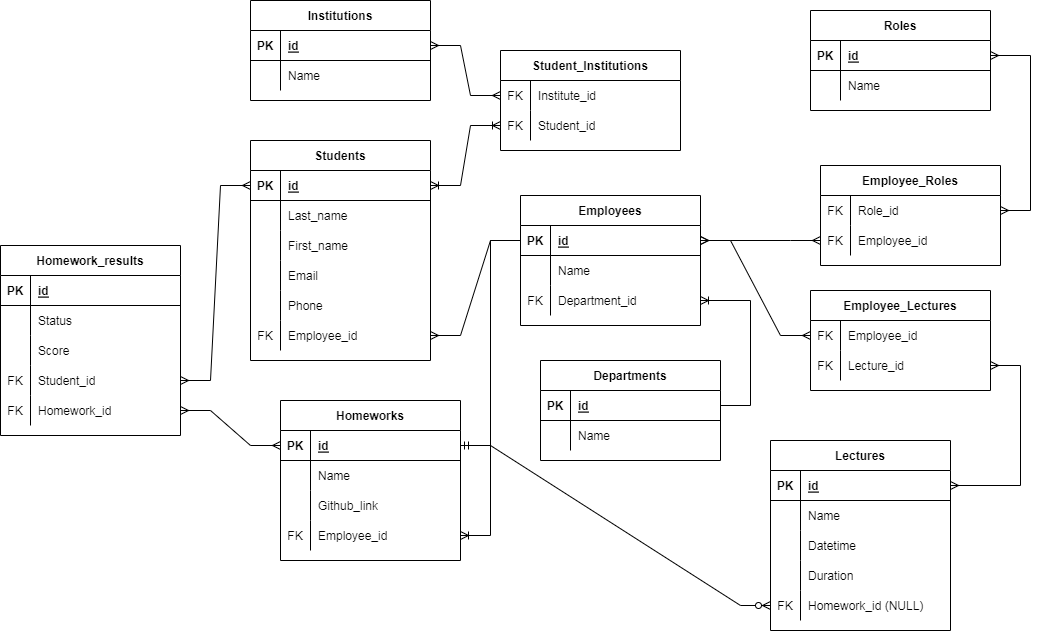
The draw.io diagram part2/kolesa_education_dbdesign.drawio.png in Kolesa-Education/kolesa-upgrade-homework-4, before a commit. Source tidied: cells renumbered, new cells last; positions are measured from the earlier drawing's top-left corner, leaving out a move shared by most shapes.
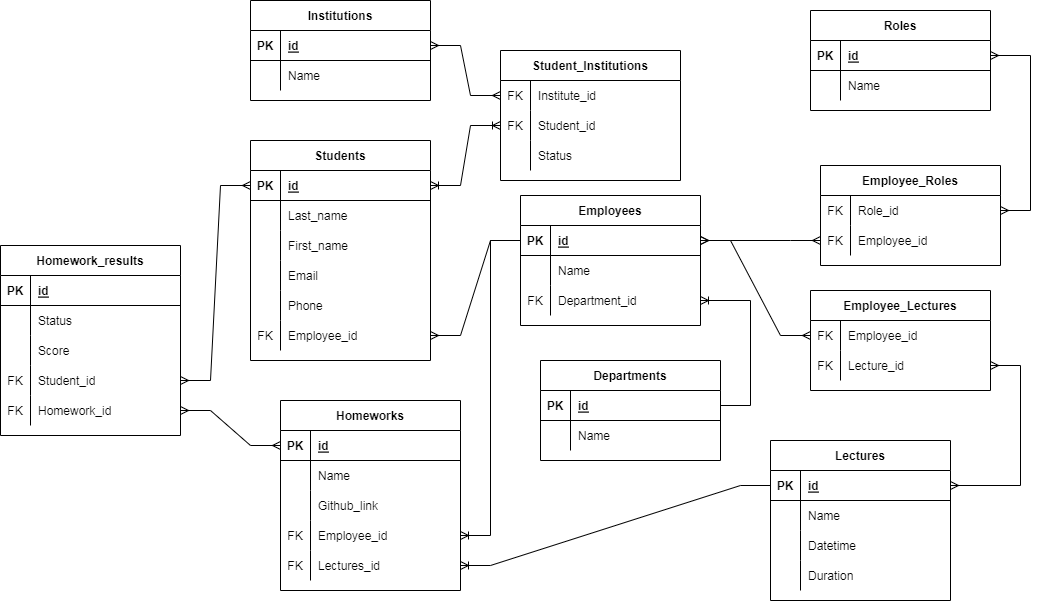
Later version of the same file.

Commit message:
docs: update kolesa_education db design

What changed in the source:
```diff
@@ -81,7 +81,7 @@
       <mxGeometry x="30" width="150" height="30" as="geometry" />
     </mxCell>
     <mxCell id="28" value="Student_Institutions" style="shape=table;startSize=30;rowLines=0;fontStyle=1;align=center;" parent="1" vertex="1">
-      <mxGeometry x="500" y="50" width="180" height="100" as="geometry" />
+      <mxGeometry x="500" y="50" width="180" height="130" as="geometry" />
     </mxCell>
     <mxCell id="29" style="shape=tableRow;horizontal=0;startSize=0;swimlaneHead=0;swimlaneBody=0;fillColor=none;points=[[0,0.5],[1,0.5]];portConstraint=eastwest;top=0;left=0;right=0;bottom=0;" parent="28" vertex="1">
       <mxGeometry y="30" width="180" height="30" as="geometry" />
@@ -101,6 +101,15 @@
     <mxCell id="34" value="Student_id" style="shape=partialRectangle;fillColor=none;top=0;left=0;bottom=0;right=0;align=left;spacingLeft=6;fontStyle=0;overflow=hidden;" parent="32" vertex="1">
       <mxGeometry x="30" width="150" height="30" as="geometry" />
     </mxCell>
+    <mxCell id="130" style="shape=tableRow;horizontal=0;startSize=0;swimlaneHead=0;swimlaneBody=0;fillColor=none;top=0;left=0;right=0;bottom=0;" parent="28" vertex="1">
+      <mxGeometry y="90" width="180" height="30" as="geometry" />
+    </mxCell>
+    <mxCell id="131" style="shape=partialRectangle;fillColor=none;top=0;left=0;bottom=0;right=0;overflow=hidden;" parent="130" vertex="1">
+      <mxGeometry width="30" height="30" as="geometry" />
+    </mxCell>
+    <mxCell id="132" value="Status" style="shape=partialRectangle;fillColor=none;top=0;left=0;bottom=0;right=0;align=left;spacingLeft=6;overflow=hidden;" parent="130" vertex="1">
+      <mxGeometry x="30" width="150" height="30" as="geometry" />
+    </mxCell>
     <mxCell id="35" value="Employees" style="shape=table;startSize=30;rowLines=0;fontStyle=1;align=center;" parent="1" vertex="1">
       <mxGeometry x="520" y="195" width="180" height="130" as="geometry" />
     </mxCell>
@@ -210,7 +219,7 @@
       <mxGeometry relative="1" as="geometry" />
     </mxCell>
     <mxCell id="71" value="Lectures" style="shape=table;startSize=30;rowLines=0;fontStyle=1;align=center;" parent="1" vertex="1">
-      <mxGeometry x="770" y="440" width="180" height="190" as="geometry" />
+      <mxGeometry x="770" y="440" width="180" height="160" as="geometry" />
     </mxCell>
     <mxCell id="72" style="shape=tableRow;horizontal=0;startSize=0;swimlaneHead=0;swimlaneBody=0;fillColor=none;points=[[0,0.5],[1,0.5]];portConstraint=eastwest;top=0;left=0;right=0;bottom=1;" parent="71" vertex="1">
       <mxGeometry y="30" width="180" height="30" as="geometry" />
@@ -248,15 +257,6 @@
     <mxCell id="83" value="Duration" style="shape=partialRectangle;fillColor=none;top=0;left=0;bottom=0;right=0;align=left;spacingLeft=6;overflow=hidden;" parent="81" vertex="1">
       <mxGeometry x="30" width="150" height="30" as="geometry" />
     </mxCell>
-    <mxCell id="84" style="shape=tableRow;horizontal=0;startSize=0;swimlaneHead=0;swimlaneBody=0;fillColor=none;points=[[0,0.5],[1,0.5]];portConstraint=eastwest;top=0;left=0;right=0;bottom=0;" parent="71" vertex="1">
-      <mxGeometry y="150" width="180" height="30" as="geometry" />
-    </mxCell>
-    <mxCell id="85" value="FK" style="shape=partialRectangle;fillColor=none;top=0;left=0;bottom=0;right=0;fontStyle=0;overflow=hidden;" parent="84" vertex="1">
-      <mxGeometry width="30" height="30" as="geometry" />
-    </mxCell>
-    <mxCell id="86" value="Homework_id (NULL)" style="shape=partialRectangle;fillColor=none;top=0;left=0;bottom=0;right=0;align=left;spacingLeft=6;fontStyle=0;overflow=hidden;" parent="84" vertex="1">
-      <mxGeometry x="30" width="150" height="30" as="geometry" />
-    </mxCell>
     <mxCell id="87" style="edgeStyle=entityRelationEdgeStyle;fontSize=12;html=1;endArrow=ERmany;rounded=0;" parent="1" edge="1" source="36" target="18">
       <mxGeometry relative="1" as="geometry" />
     </mxCell>
@@ -288,7 +288,7 @@
       <mxGeometry relative="1" as="geometry" />
     </mxCell>
     <mxCell id="97" value="Homeworks" style="shape=table;startSize=30;rowLines=0;fontStyle=1;align=center;" parent="1" vertex="1">
-      <mxGeometry x="280" y="400" width="180" height="160" as="geometry" />
+      <mxGeometry x="280" y="400" width="180" height="190" as="geometry" />
     </mxCell>
     <mxCell id="98" style="shape=tableRow;horizontal=0;startSize=0;swimlaneHead=0;swimlaneBody=0;fillColor=none;points=[[0,0.5],[1,0.5]];portConstraint=eastwest;top=0;left=0;right=0;bottom=1;" parent="97" vertex="1">
       <mxGeometry y="30" width="180" height="30" as="geometry" />
@@ -326,12 +326,18 @@
     <mxCell id="109" value="Employee_id" style="shape=partialRectangle;fillColor=none;top=0;left=0;bottom=0;right=0;align=left;spacingLeft=6;fontStyle=0;overflow=hidden;" parent="107" vertex="1">
       <mxGeometry x="30" width="150" height="30" as="geometry" />
     </mxCell>
+    <mxCell id="84" style="shape=tableRow;horizontal=0;startSize=0;swimlaneHead=0;swimlaneBody=0;fillColor=none;points=[[0,0.5],[1,0.5]];portConstraint=eastwest;top=0;left=0;right=0;bottom=0;" parent="97" vertex="1">
+      <mxGeometry y="150" width="180" height="30" as="geometry" />
+    </mxCell>
+    <mxCell id="85" value="FK" style="shape=partialRectangle;fillColor=none;top=0;left=0;bottom=0;right=0;fontStyle=0;overflow=hidden;" parent="84" vertex="1">
+      <mxGeometry width="30" height="30" as="geometry" />
+    </mxCell>
+    <mxCell id="133" value="Lectures_id" style="shape=partialRectangle;fillColor=none;top=0;left=0;bottom=0;right=0;align=left;spacingLeft=6;fontStyle=0;overflow=hidden;" parent="84" vertex="1">
+      <mxGeometry x="30" width="150" height="30" as="geometry" />
+    </mxCell>
     <mxCell id="110" style="edgeStyle=entityRelationEdgeStyle;fontSize=12;html=1;endArrow=ERoneToMany;rounded=0;" parent="1" edge="1" source="36" target="107">
       <mxGeometry relative="1" as="geometry" />
     </mxCell>
-    <mxCell id="111" style="edgeStyle=entityRelationEdgeStyle;fontSize=12;html=1;endArrow=ERzeroToMany;startArrow=ERmandOne;rounded=0;" parent="1" edge="1" source="98" target="84">
-      <mxGeometry relative="1" as="geometry" />
-    </mxCell>
     <mxCell id="112" value="Homework_results" style="shape=table;startSize=30;rowLines=0;fontStyle=1;align=center;" parent="1" vertex="1">
       <mxGeometry y="245" width="180" height="190" as="geometry" />
     </mxCell>
@@ -386,5 +392,8 @@
     <mxCell id="129" style="edgeStyle=entityRelationEdgeStyle;fontSize=12;html=1;endArrow=ERmany;startArrow=ERmany;rounded=0;" parent="1" edge="1" source="125" target="98">
       <mxGeometry relative="1" as="geometry" />
     </mxCell>
+    <mxCell id="134" style="edgeStyle=entityRelationEdgeStyle;fontSize=12;html=1;endArrow=ERoneToMany;rounded=0;" parent="1" edge="1" source="72" target="84">
+      <mxGeometry relative="1" as="geometry" />
+    </mxCell>
   </root>
 </mxGraphModel>
```
